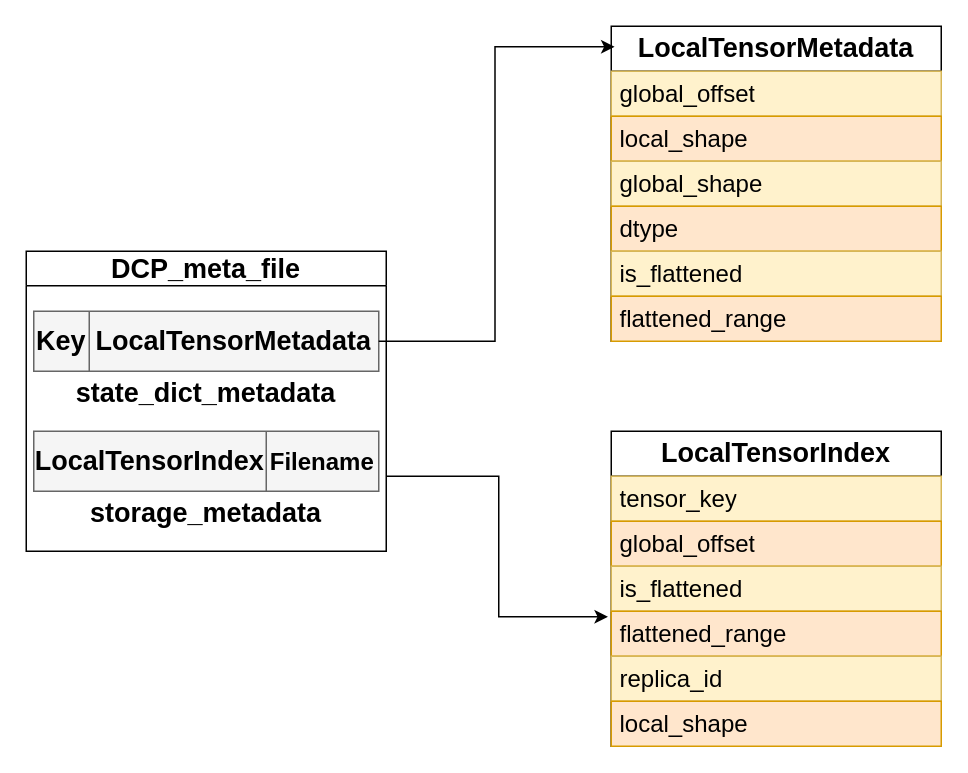
Earlier version of the draw.io diagram drawio_images/DCP_meta_file.drawio (zty-king/zty-king). Source tidied: cells renumbered, new cells numbered last; positions are measured from the earlier drawing's top-left corner, leaving out a move shared by most shapes. Both pictures are drawn from the tidied source at 150%, with x=0, y=0 at pixel (26, 26).
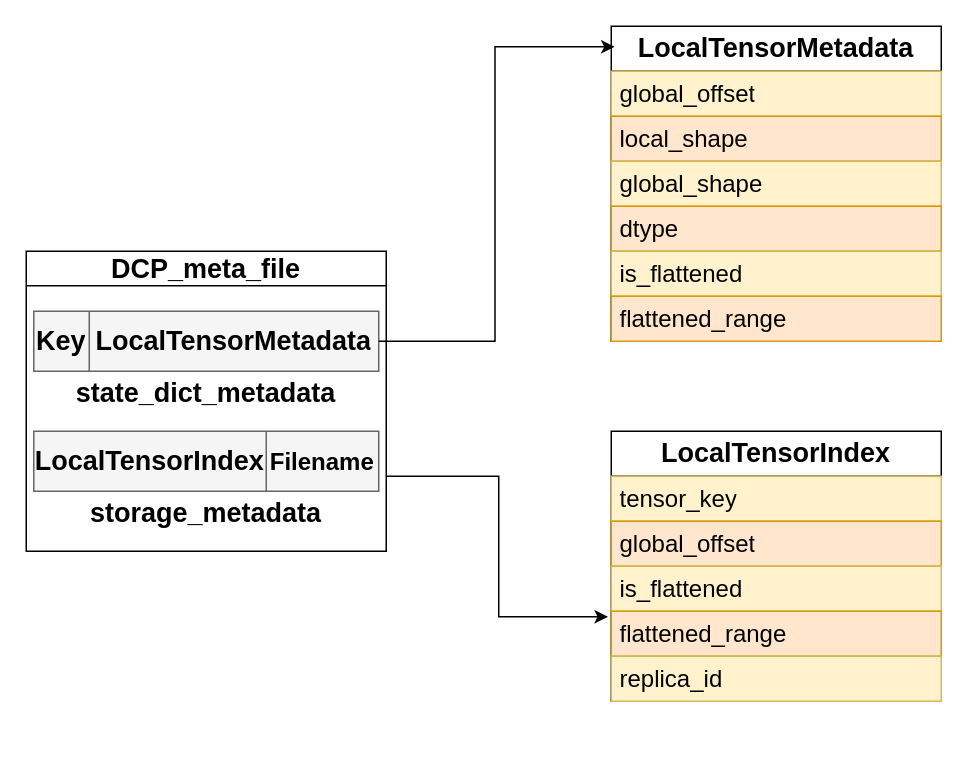
The same diagram, later.

What changed in the source:
```diff
@@
     <mxCell id="21" value="&lt;b style=&quot;font-size: 18px;&quot;&gt;LocalTensorIndex&lt;/b&gt;" style="swimlane;fontStyle=0;horizontal=1;startSize=30;whiteSpace=wrap;html=1;" parent="1" vertex="1">
-      <mxGeometry x="390" y="270" width="220" height="210" as="geometry" />
+      <mxGeometry x="390" y="270" width="220" height="180" as="geometry" />
     </mxCell>
@@
-    <mxCell id="27" value="&lt;font style=&quot;font-size: 16px;&quot;&gt;local_shape&lt;/font&gt;" style="text;strokeColor=#d79b00;fillColor=#ffe6cc;align=left;verticalAlign=middle;spacingLeft=4;spacingRight=4;overflow=hidden;whiteSpace=wrap;html=1;" parent="21" vertex="1">
-      <mxGeometry y="180" width="220" height="30" as="geometry" />
-    </mxCell>
```
